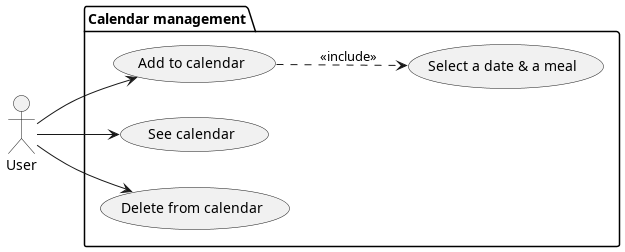
Before: doc/reports/usecaseAnalysis/img/calendarManagement.png, a diagram exported from PlantUML (iusildra/WineCellar).
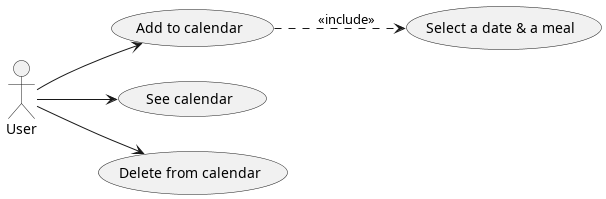
Later version of the same file.

What changed in the source:
```diff
@@ -4,12 +4,10 @@
 
 actor User as u
 
-package "Calendar management" {
-  usecase (Add to calendar) as u1
-  usecase (Select a date & a meal) as u2
-  usecase (See calendar) as u3
-  usecase (Delete from calendar) as u4
-}
+usecase (Add to calendar) as u1
+usecase (Select a date & a meal) as u2
+usecase (See calendar) as u3
+usecase (Delete from calendar) as u4
 
 u --> u1
 u --> u3
```
